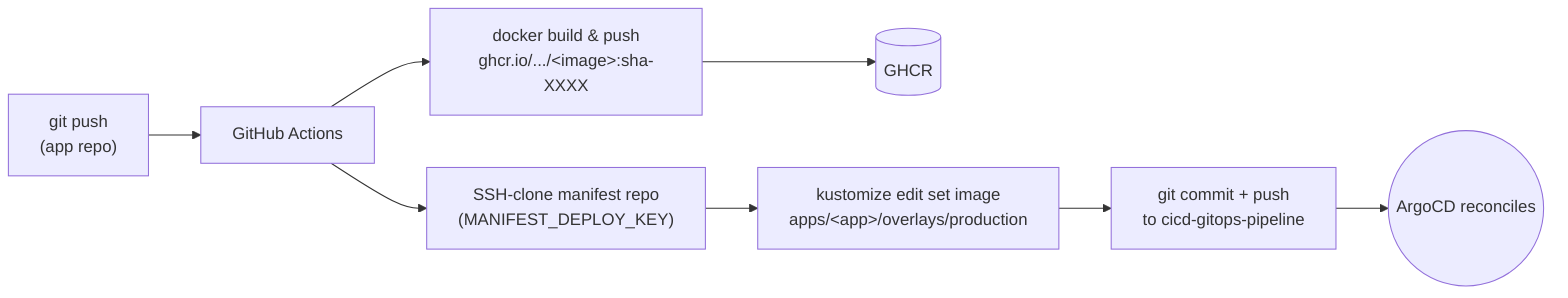
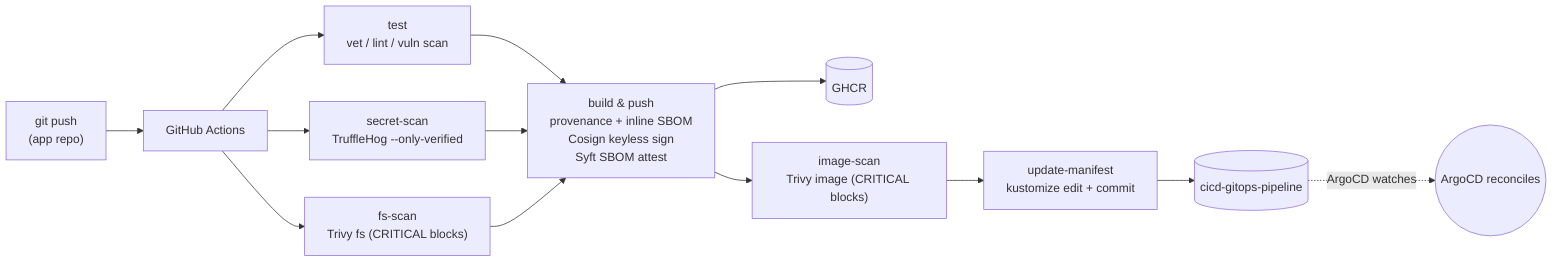
flowchart LR
-   push["git push<br/>(app repo)"]
-   --> ci["GitHub Actions"]
-   --> build["docker build &amp; push<br/>ghcr.io/.../&lt;image&gt;:sha-XXXX"]
-   --> ghcr[("GHCR")]
+   push["git push<br/>(app repo)"] --> ci["GitHub Actions"]

-   ci --> ssh["SSH-clone manifest repo<br/>(MANIFEST_DEPLOY_KEY)"]
-   --> kust["kustomize edit set image<br/>apps/&lt;app&gt;/overlays/production"]
-   --> commit["git commit + push<br/>to cicd-gitops-pipeline"]
-   --> argocd((ArgoCD reconciles))
+   ci --> test["test<br/>vet / lint / vuln scan"]
+   ci --> secret["secret-scan<br/>TruffleHog --only-verified"]
+   ci --> fs["fs-scan<br/>Trivy fs (CRITICAL blocks)"]
+ 
+   test --> build
+   secret --> build
+   fs --> build
+ 
+   build["build &amp; push<br/>provenance + inline SBOM<br/>Cosign keyless sign<br/>Syft SBOM attest"] --> ghcr[("GHCR")]
+   build --> imgscan["image-scan<br/>Trivy image (CRITICAL blocks)"]
+   imgscan --> manifest["update-manifest<br/>kustomize edit + commit"]
+   manifest --> repo[("cicd-gitops-pipeline")]
+   repo -. ArgoCD watches .-> argocd((ArgoCD reconciles))
